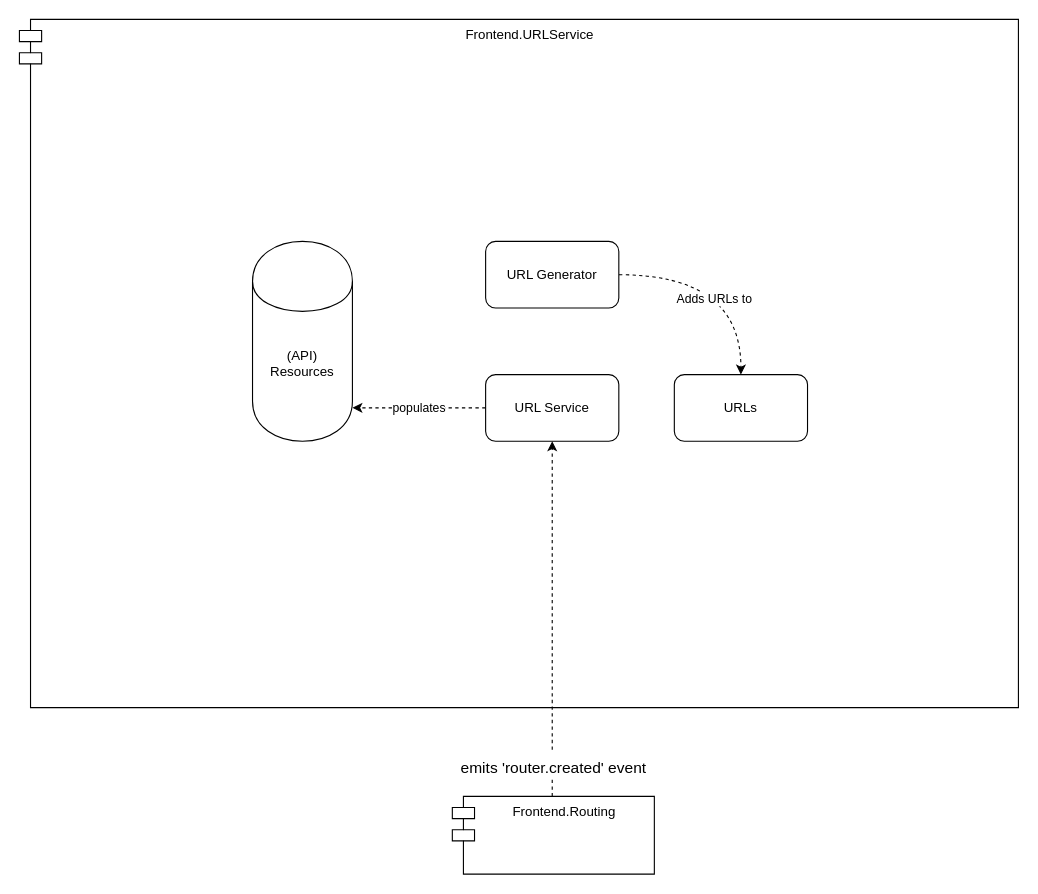
Above: page "Frontend.URLService" (7 of 10) of ghost.drawio in TryGhost/architecture-diagrams (draw.io), before the change. Source tidied: cells renumbered, new cells numbered last; positions are measured from the earlier drawing's top-left corner, leaving out a move shared by most shapes. Both pictures are drawn from the tidied source at 111%, with x=0, y=0 at pixel (19, 19).
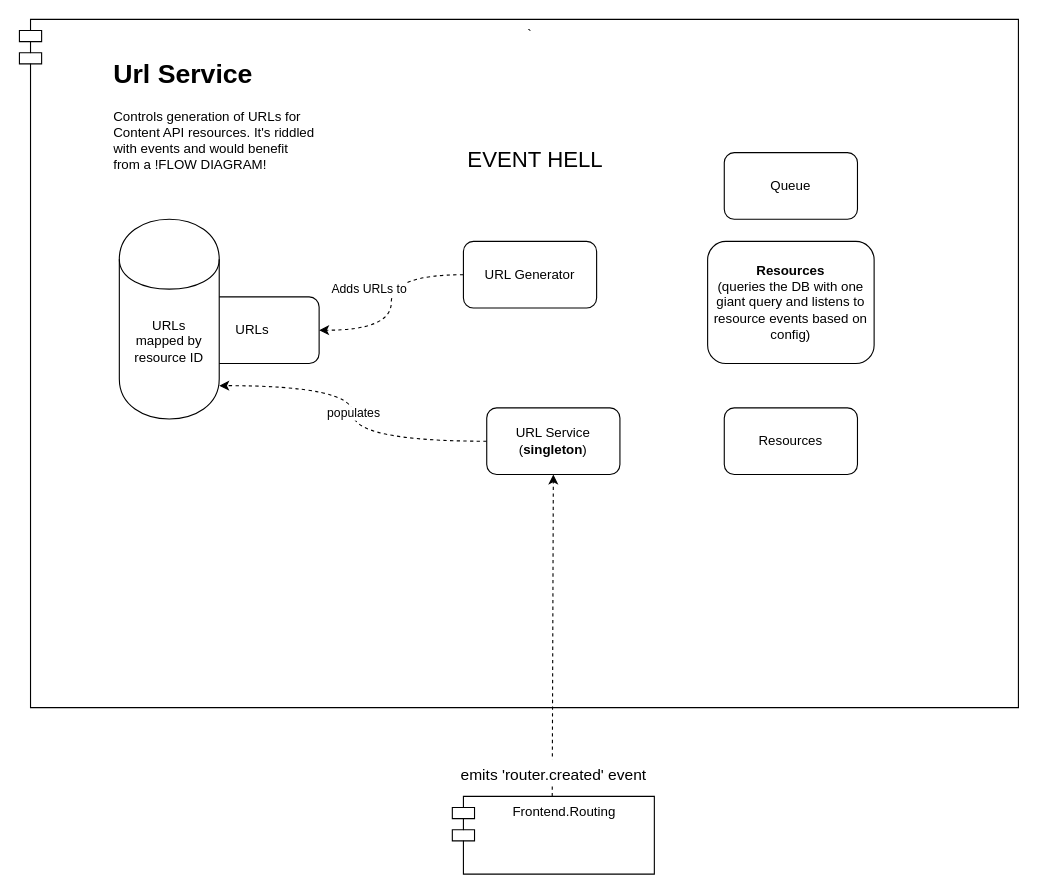
Above is the later version.

Commit message (it also covers changes not shown here):
Added frontend's redirect service diagram

Diff of the diagram source:
```diff
@@
 <mxGraphModel>
   <root>
     <mxCell id="0" />
     <mxCell id="1" parent="0" />
-    <mxCell id="2" value="Frontend.URLService&#10;" style="shape=module;align=left;spacingLeft=20;align=center;verticalAlign=top;" parent="1" vertex="1">
+    <mxCell id="2" value="`" style="shape=module;align=left;spacingLeft=20;align=center;verticalAlign=top;" parent="1" vertex="1">
       <mxGeometry width="900" height="620" as="geometry" />
     </mxCell>
-    <mxCell id="3" value="(API) Resources" style="shape=cylinder;whiteSpace=wrap;html=1;boundedLbl=1;backgroundOutline=1;" parent="1" vertex="1">
-      <mxGeometry x="210" y="200" width="90" height="180" as="geometry" />
-    </mxCell>
     <mxCell id="4" style="edgeStyle=orthogonalEdgeStyle;curved=1;rounded=0;jettySize=auto;html=1;dashed=1;" parent="1" edge="1" source="6" target="9">
       <mxGeometry relative="1" as="geometry" />
     </mxCell>
     <mxCell id="5" value="Adds URLs to" style="edgeLabel;html=1;align=center;verticalAlign=middle;" parent="4" vertex="1">
       <mxGeometry x="-0.15" y="-21" relative="1" as="geometry" />
     </mxCell>
     <mxCell id="6" value="URL Generator" style="rounded=1;whiteSpace=wrap;html=1;" parent="1" vertex="1">
-      <mxGeometry x="420" y="200" width="120" height="60" as="geometry" />
+      <mxGeometry x="400" y="200" width="120" height="60" as="geometry" />
     </mxCell>
     <mxCell id="7" value="populates" style="edgeStyle=orthogonalEdgeStyle;curved=1;rounded=0;jettySize=auto;html=1;entryX=1;entryY=0.833;entryDx=0;entryDy=0;entryPerimeter=0;dashed=1;" parent="1" edge="1" source="8" target="3">
       <mxGeometry relative="1" as="geometry" />
     </mxCell>
-    <mxCell id="8" value="URL Service" style="rounded=1;whiteSpace=wrap;html=1;" parent="1" vertex="1">
-      <mxGeometry x="420" y="320" width="120" height="60" as="geometry" />
+    <mxCell id="8" value="URL Service&lt;br&gt;(&lt;b&gt;singleton&lt;/b&gt;)" style="rounded=1;whiteSpace=wrap;html=1;" parent="1" vertex="1">
+      <mxGeometry x="421" y="350" width="120" height="60" as="geometry" />
     </mxCell>
     <mxCell id="9" value="URLs" style="rounded=1;whiteSpace=wrap;html=1;" parent="1" vertex="1">
-      <mxGeometry x="590" y="320" width="120" height="60" as="geometry" />
+      <mxGeometry x="150" y="250" width="120" height="60" as="geometry" />
     </mxCell>
     <mxCell id="10" style="endArrow=classic;html=1;dashed=1;entryX=0.5;entryY=1;entryDx=0;entryDy=0;" parent="1" edge="1" target="8">
       <mxGeometry relative="1" as="geometry">
         <mxPoint x="480" y="700" as="sourcePoint" />
       </mxGeometry>
     </mxCell>
     <mxCell id="11" value="&lt;span style=&quot;line-height: 100%&quot;&gt;&lt;font style=&quot;font-size: 14px&quot;&gt;emits 'router.created' event&lt;/font&gt;&lt;/span&gt;&lt;span style=&quot;font-size: 20px&quot;&gt;&lt;br&gt;&lt;/span&gt;" style="edgeLabel;html=1;align=center;verticalAlign=middle;" parent="10" vertex="1">
       <mxGeometry x="-0.53" y="-3" relative="1" as="geometry">
         <mxPoint x="-3" y="45" as="offset" />
       </mxGeometry>
     </mxCell>
     <mxCell id="12" value="Frontend.Routing" style="shape=module;align=left;spacingLeft=20;align=center;verticalAlign=top;" parent="1" vertex="1">
       <mxGeometry x="390" y="700" width="182" height="70" as="geometry" />
     </mxCell>
+    <mxCell id="13" value="&lt;h1&gt;Url Service&lt;/h1&gt;&lt;p&gt;Controls generation of URLs for Content API resources. It's riddled with events and would benefit from a !FLOW DIAGRAM!&lt;/p&gt;" style="text;html=1;strokeColor=none;fillColor=none;spacing=5;spacingTop=-20;whiteSpace=wrap;overflow=hidden;rounded=0;" parent="1" vertex="1">
+      <mxGeometry x="80" y="30" width="190" height="120" as="geometry" />
+    </mxCell>
+    <mxCell id="14" value="Queue" style="rounded=1;whiteSpace=wrap;html=1;" parent="1" vertex="1">
+      <mxGeometry x="635" y="120" width="120" height="60" as="geometry" />
+    </mxCell>
+    <mxCell id="3" value="URLs&lt;br&gt;mapped by resource ID" style="shape=cylinder;whiteSpace=wrap;html=1;boundedLbl=1;backgroundOutline=1;" parent="1" vertex="1">
+      <mxGeometry x="90" y="180" width="90" height="180" as="geometry" />
+    </mxCell>
+    <mxCell id="15" value="&lt;b&gt;Resources&lt;/b&gt;&lt;br&gt;(queries the DB with one giant query and listens to resource events based on config)" style="rounded=1;whiteSpace=wrap;html=1;" parent="1" vertex="1">
+      <mxGeometry x="620" y="200" width="150" height="110" as="geometry" />
+    </mxCell>
+    <mxCell id="16" value="&lt;font style=&quot;font-size: 20px&quot;&gt;EVENT HELL&lt;/font&gt;" style="text;html=1;strokeColor=none;fillColor=none;align=center;verticalAlign=middle;whiteSpace=wrap;rounded=0;" parent="1" vertex="1">
+      <mxGeometry x="400" y="100" width="130" height="50" as="geometry" />
+    </mxCell>
+    <mxCell id="17" value="Resources" style="rounded=1;whiteSpace=wrap;html=1;" parent="1" vertex="1">
+      <mxGeometry x="635" y="350" width="120" height="60" as="geometry" />
+    </mxCell>
   </root>
 </mxGraphModel>
```
